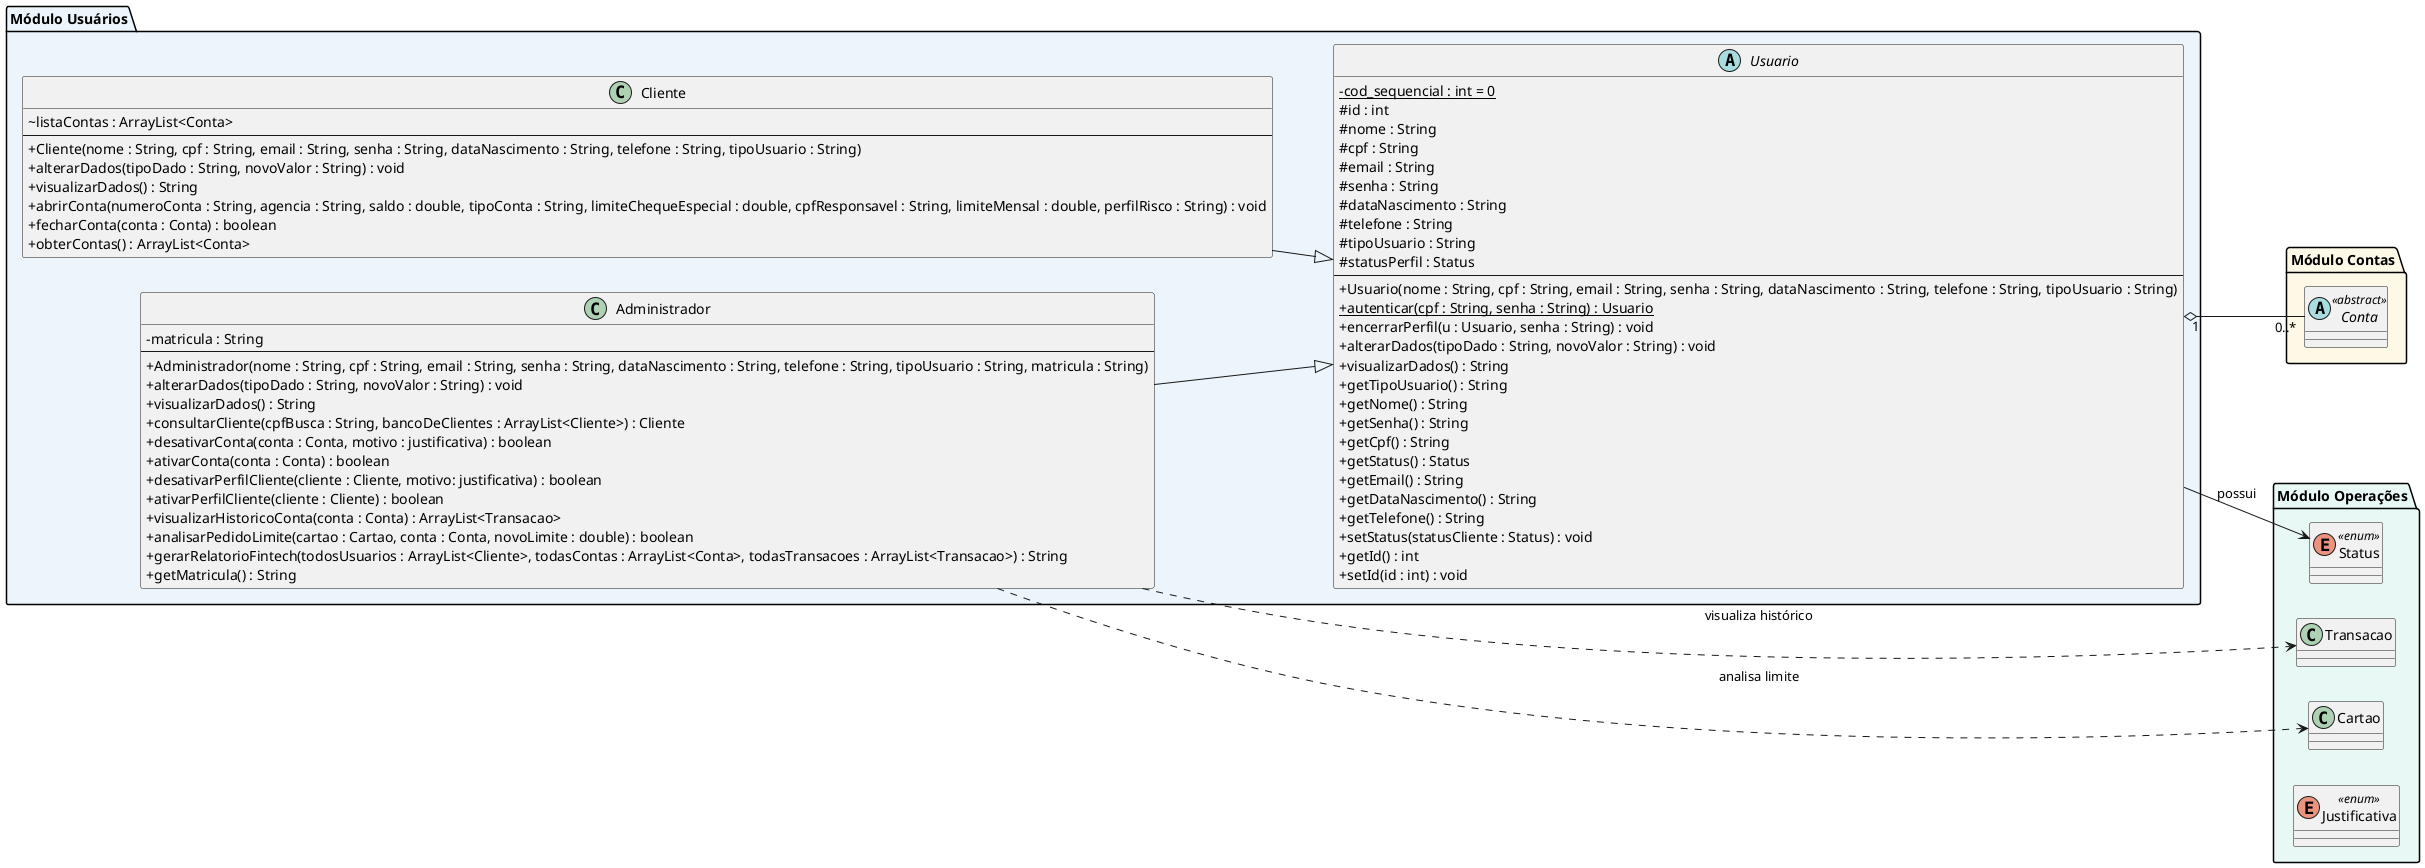
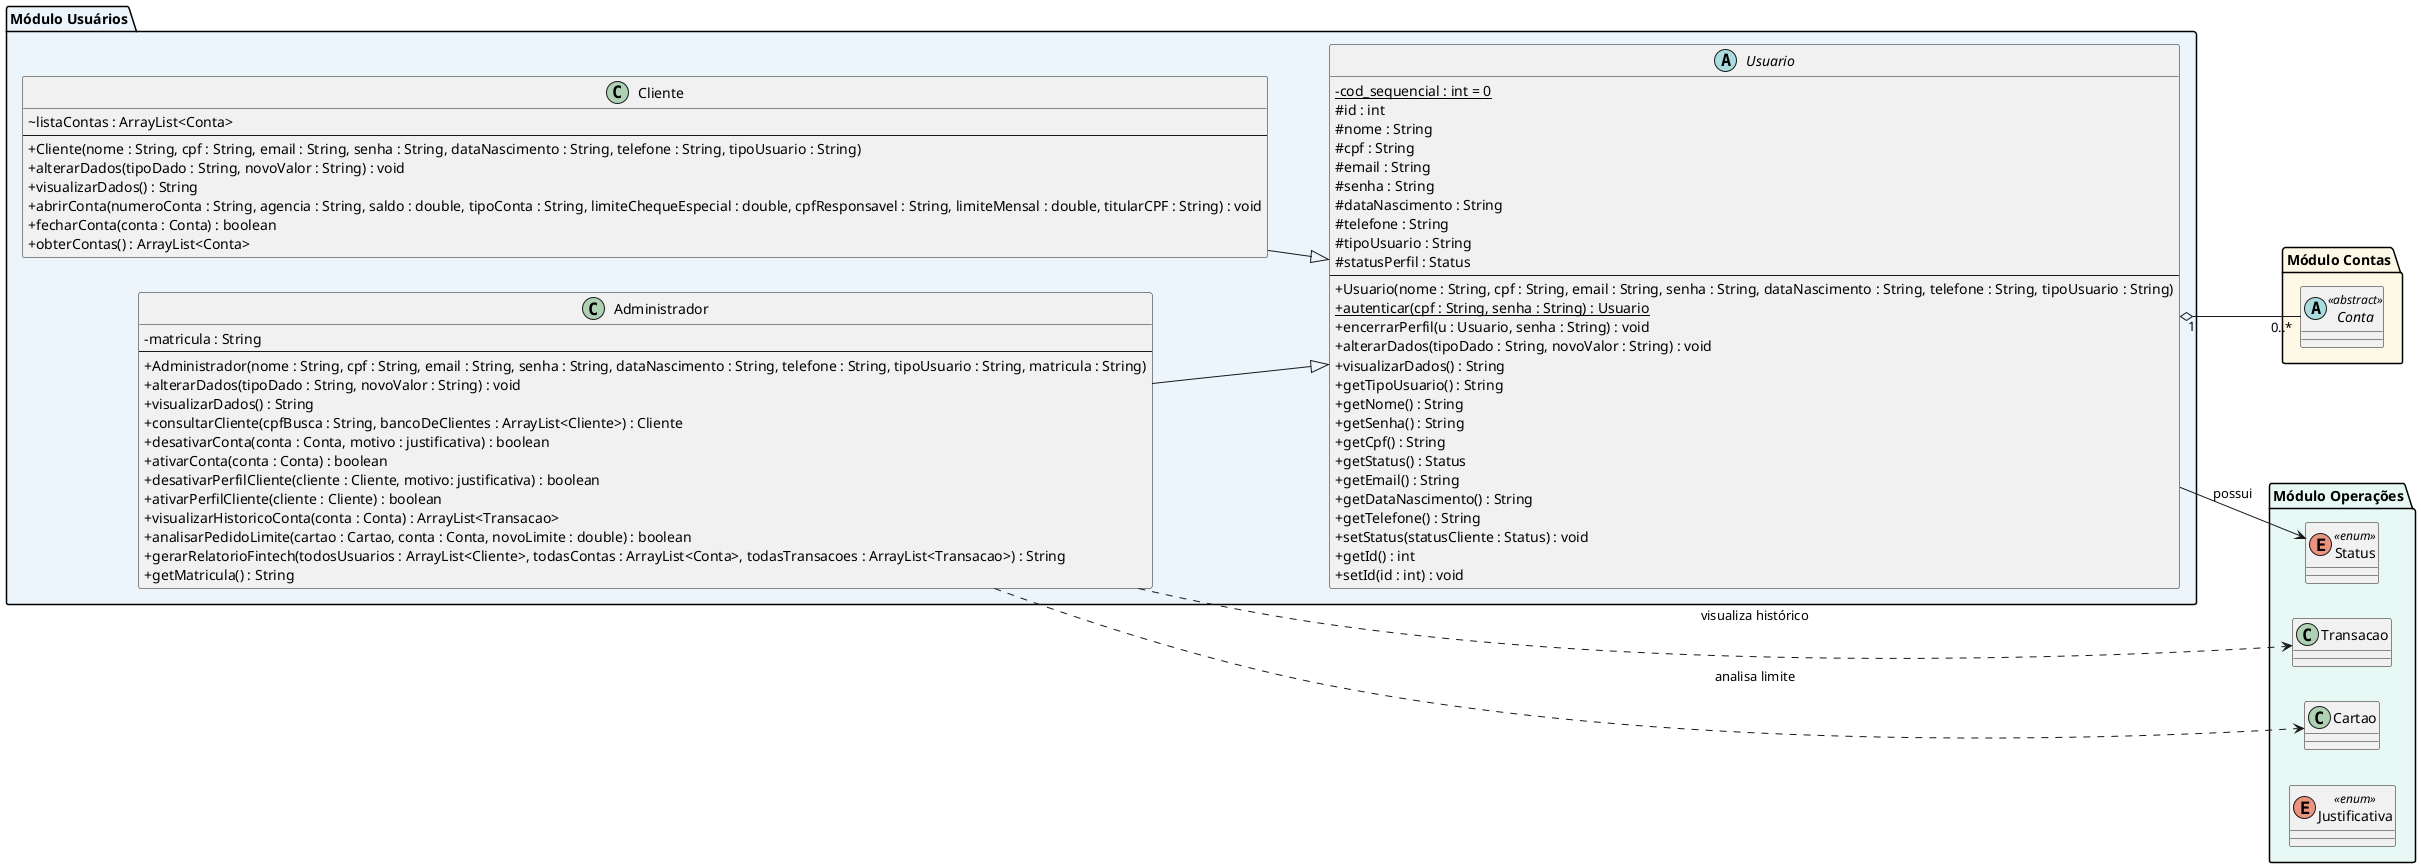
@startuml Módulo Usuários (Visão Expandida)
skinparam classAttributeIconSize 0
left to right direction

package "Módulo Usuários" #EBF5FB {
    abstract class Usuario {
        - {static} cod_sequencial : int = 0
        # id : int
        # nome : String
        # cpf : String
        # email : String
        # senha : String
        # dataNascimento : String
        # telefone : String
        # tipoUsuario : String
        # statusPerfil : Status
        --
        + Usuario(nome : String, cpf : String, email : String, senha : String, dataNascimento : String, telefone : String, tipoUsuario : String)
        + {static} autenticar(cpf : String, senha : String) : Usuario
        + encerrarPerfil(u : Usuario, senha : String) : void
        + alterarDados(tipoDado : String, novoValor : String) : void
        + visualizarDados() : String
        + getTipoUsuario() : String
        + getNome() : String
        + getSenha() : String
        + getCpf() : String
        + getStatus() : Status
        + getEmail() : String
        + getDataNascimento() : String
        + getTelefone() : String
        + setStatus(statusCliente : Status) : void
        + getId() : int
        + setId(id : int) : void
    }

    class Cliente {
        ~ listaContas : ArrayList<Conta>
        --
        + Cliente(nome : String, cpf : String, email : String, senha : String, dataNascimento : String, telefone : String, tipoUsuario : String)
        + alterarDados(tipoDado : String, novoValor : String) : void
        + visualizarDados() : String
-         + abrirConta(numeroConta : String, agencia : String, saldo : double, tipoConta : String, limiteChequeEspecial : double, cpfResponsavel : String, limiteMensal : double, perfilRisco : String) : void
+         + abrirConta(numeroConta : String, agencia : String, saldo : double, tipoConta : String, limiteChequeEspecial : double, cpfResponsavel : String, limiteMensal : double, titularCPF : String) : void
        + fecharConta(conta : Conta) : boolean
        + obterContas() : ArrayList<Conta>
    }

    class Administrador {
        - matricula : String
        --
        + Administrador(nome : String, cpf : String, email : String, senha : String, dataNascimento : String, telefone : String, tipoUsuario : String, matricula : String)
        + alterarDados(tipoDado : String, novoValor : String) : void
        + visualizarDados() : String
        + consultarCliente(cpfBusca : String, bancoDeClientes : ArrayList<Cliente>) : Cliente
        + desativarConta(conta : Conta, motivo : justificativa) : boolean
        + ativarConta(conta : Conta) : boolean
        + desativarPerfilCliente(cliente : Cliente, motivo: justificativa) : boolean
        + ativarPerfilCliente(cliente : Cliente) : boolean
        + visualizarHistoricoConta(conta : Conta) : ArrayList<Transacao>
        + analisarPedidoLimite(cartao : Cartao, conta : Conta, novoLimite : double) : boolean
        + gerarRelatorioFintech(todosUsuarios : ArrayList<Cliente>, todasContas : ArrayList<Conta>, todasTransacoes : ArrayList<Transacao>) : String
        + getMatricula() : String
    }

    Cliente -down-|> Usuario
    Administrador -down-|> Usuario
}

package "Módulo Contas" #FEF9E7 {
    abstract class Conta <<abstract>>
}

package "Módulo Operações" #E8F8F5 {
    class Transacao
    class Cartao
    enum Status <<enum>>
    enum Justificativa <<enum>>
}

Usuario "1" o-- "0..*" Conta
Usuario --> Status : possui
Administrador ..> Cartao : analisa limite
Administrador ..> Transacao : visualiza histórico
@enduml